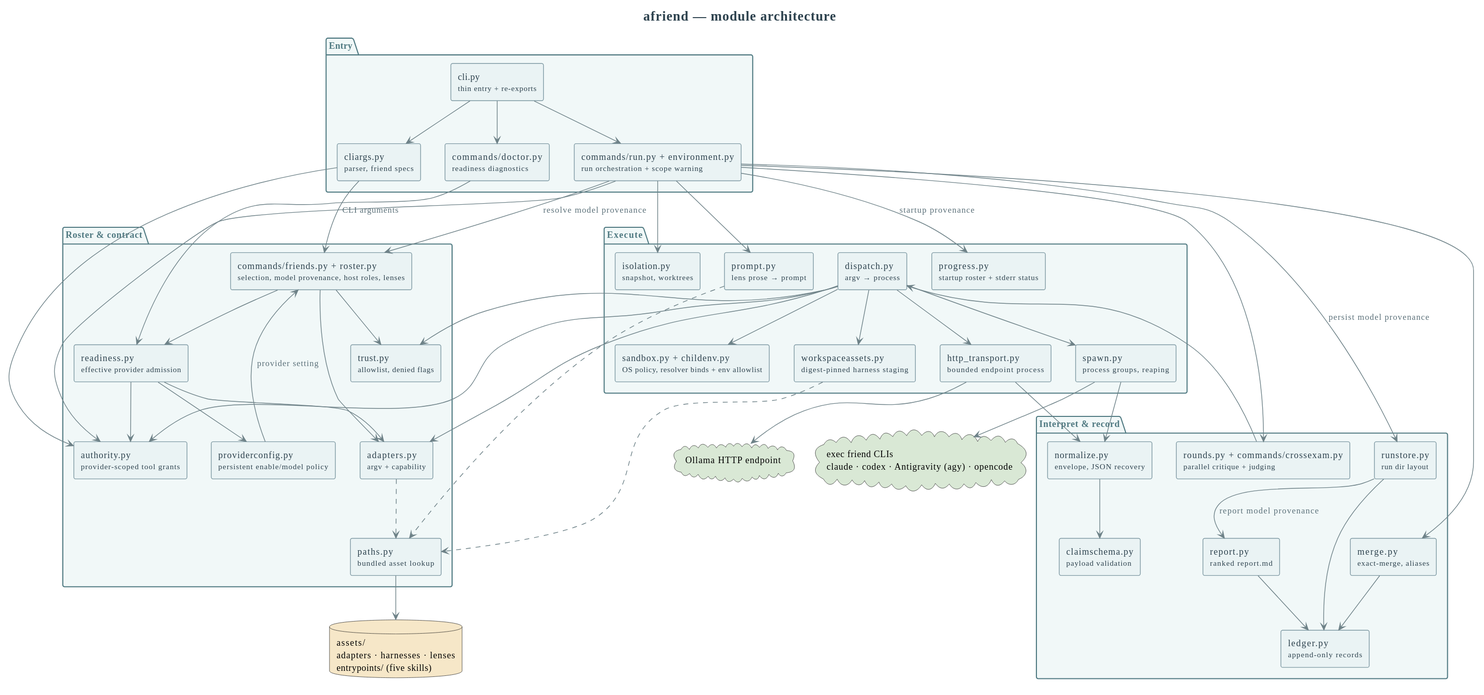
Earlier version of the PlantUML export docs/architecture/components.svg (livingstaccato/afriend).
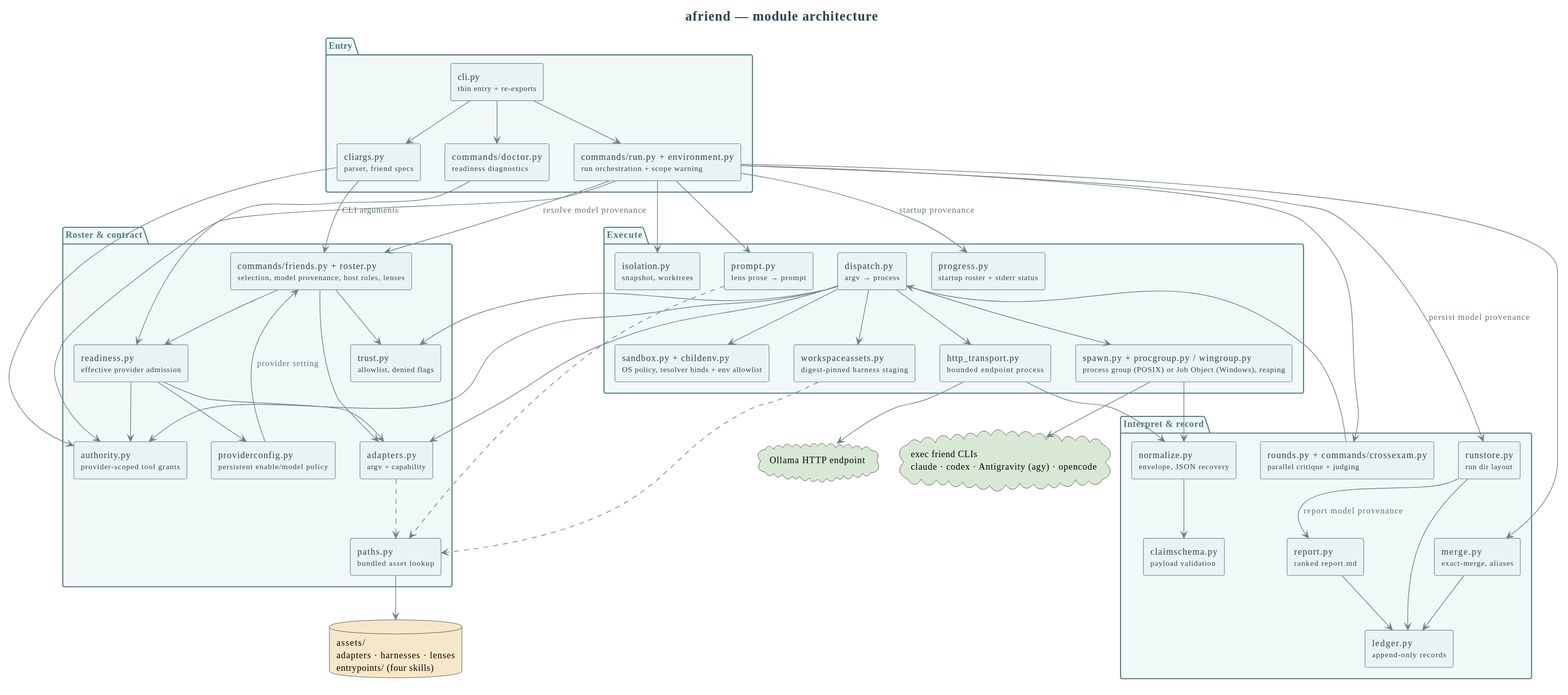
The same file after the commit.

What changed in the source:
```diff
@@ -55,7 +55,7 @@
   rectangle "workspaceassets.py\n<size:11>digest-pinned harness staging</size>" as WSA
   rectangle "sandbox.py + childenv.py\n<size:11>OS policy, resolver binds + env allowlist</size>" as SANDBOX
   rectangle "dispatch.py\n<size:11>argv → process</size>" as DISP
-  rectangle "spawn.py\n<size:11>process groups, reaping</size>" as SPAWN
+  rectangle "spawn.py + procgroup.py / wingroup.py\n<size:11>process group (POSIX) or Job Object (Windows), reaping</size>" as SPAWN
   rectangle "http_transport.py\n<size:11>bounded endpoint process</size>" as HTTPX
   rectangle "progress.py\n<size:11>startup roster + stderr status</size>" as PROGRESS
 }
@@ -70,7 +70,7 @@
   rectangle "runstore.py\n<size:11>run dir layout</size>" as STORE
 }
 
-database "assets/\nadapters · harnesses · lenses\nentrypoints/ (five skills)" as ASSETS #F6E7C8
+database "assets/\nadapters · harnesses · lenses\nentrypoints/ (four skills)" as ASSETS #F6E7C8
 cloud "exec friend CLIs\nclaude · codex · Antigravity (agy) · opencode" as FRIENDS #D9E8D5
 cloud "Ollama HTTP endpoint" as HTTP #D9E8D5
 
```
